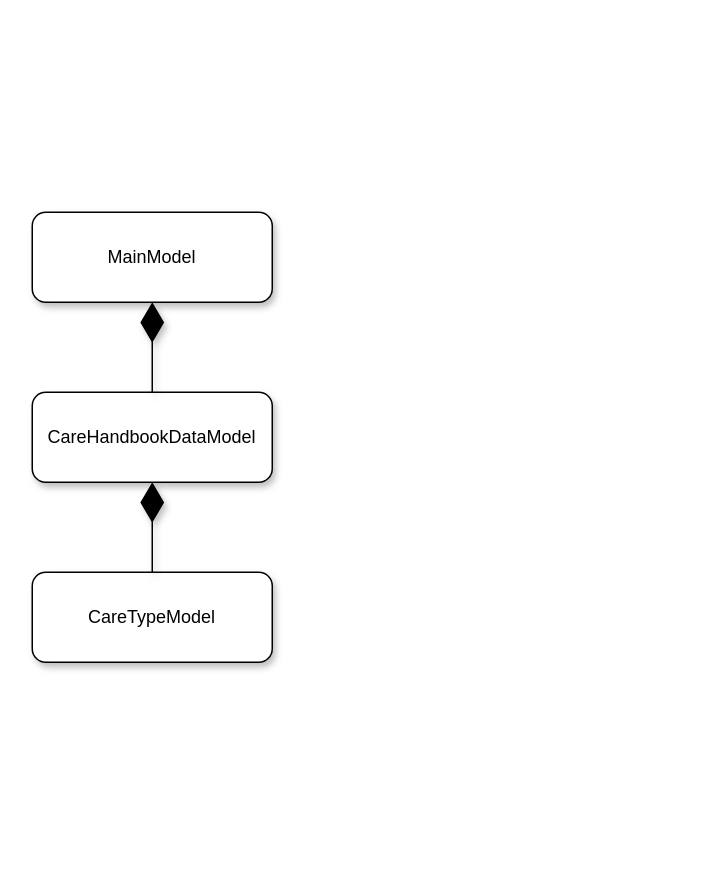
Earlier version of the draw.io diagram SoftwareDesign/CareVisitPackingMockup_main_design.drawio (MasterElf/care_visit_packing_mockup). Source tidied: cells renumbered, new cells numbered last; positions are measured from the earlier drawing's top-left corner, leaving out a move shared by most shapes. Both pictures are drawn from the tidied source at 150%, with x=0, y=0 at pixel (32, 212).
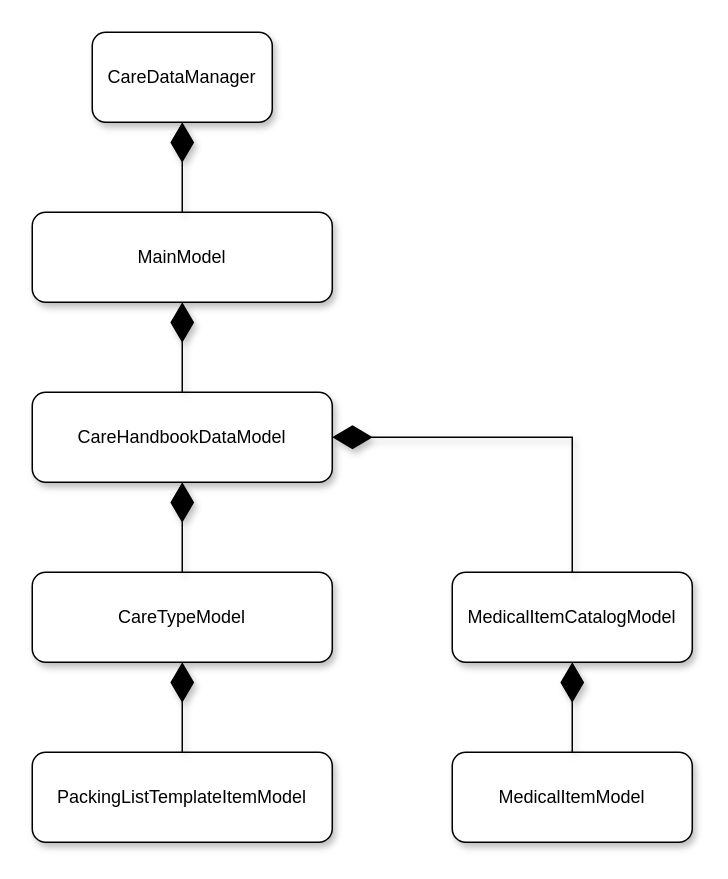
After the change.

What changed in the source:
```diff
@@
 <mxGraphModel>
   <root>
     <mxCell id="0" />
     <mxCell id="1" parent="0" />
     <mxCell id="2" value="CareTypeModel" style="rounded=1;whiteSpace=wrap;html=1;shadow=1;" parent="1" vertex="1">
-      <mxGeometry y="240" width="160" height="60" as="geometry" />
+      <mxGeometry y="240" width="200" height="60" as="geometry" />
     </mxCell>
     <mxCell id="3" value="MainModel" style="rounded=1;whiteSpace=wrap;html=1;shadow=1;" parent="1" vertex="1">
-      <mxGeometry width="160" height="60" as="geometry" />
+      <mxGeometry width="200" height="60" as="geometry" />
     </mxCell>
     <mxCell id="4" value="CareHandbookDataModel" style="rounded=1;whiteSpace=wrap;html=1;shadow=1;" parent="1" vertex="1">
-      <mxGeometry y="120" width="160" height="60" as="geometry" />
+      <mxGeometry y="120" width="200" height="60" as="geometry" />
     </mxCell>
     <mxCell id="5" style="endArrow=diamondThin;endFill=1;endSize=24;html=1;rounded=0;shadow=1;" parent="1" edge="1" source="4" target="3">
       <mxGeometry relative="1" as="geometry" />
     </mxCell>
     <mxCell id="6" style="endArrow=diamondThin;endFill=1;endSize=24;html=1;rounded=0;shadow=1;" parent="1" edge="1" source="2" target="4">
       <mxGeometry relative="1" as="geometry" />
     </mxCell>
+    <mxCell id="7" value="MedicalItemModel" style="rounded=1;whiteSpace=wrap;html=1;shadow=1;" parent="1" vertex="1">
+      <mxGeometry x="280" y="360" width="160" height="60" as="geometry" />
+    </mxCell>
+    <mxCell id="8" value="MedicalItemCatalogModel" style="rounded=1;whiteSpace=wrap;html=1;shadow=1;" parent="1" vertex="1">
+      <mxGeometry x="280" y="240" width="160" height="60" as="geometry" />
+    </mxCell>
+    <mxCell id="9" style="endArrow=diamondThin;endFill=1;endSize=24;html=1;rounded=0;shadow=1;edgeStyle=elbowEdgeStyle;elbow=vertical;" parent="1" edge="1" source="8" target="4">
+      <mxGeometry relative="1" as="geometry">
+        <Array as="points">
+          <mxPoint x="230" y="150" />
+        </Array>
+      </mxGeometry>
+    </mxCell>
+    <mxCell id="10" style="endArrow=diamondThin;endFill=1;endSize=24;html=1;rounded=0;shadow=1;" parent="1" edge="1" source="7" target="8">
+      <mxGeometry relative="1" as="geometry" />
+    </mxCell>
+    <mxCell id="11" value="PackingListTemplateItemModel" style="rounded=1;whiteSpace=wrap;html=1;shadow=1;" parent="1" vertex="1">
+      <mxGeometry y="360" width="200" height="60" as="geometry" />
+    </mxCell>
+    <mxCell id="12" style="endArrow=diamondThin;endFill=1;endSize=24;html=1;rounded=0;shadow=1;" parent="1" edge="1" source="11" target="2">
+      <mxGeometry relative="1" as="geometry" />
+    </mxCell>
+    <mxCell id="13" value="CareDataManager" style="rounded=1;whiteSpace=wrap;html=1;shadow=1;" parent="1" vertex="1">
+      <mxGeometry x="40" y="-120" width="120" height="60" as="geometry" />
+    </mxCell>
+    <mxCell id="14" style="endArrow=diamondThin;endFill=1;endSize=24;html=1;rounded=0;shadow=1;" parent="1" edge="1" source="3" target="13">
+      <mxGeometry relative="1" as="geometry" />
+    </mxCell>
   </root>
 </mxGraphModel>
```
